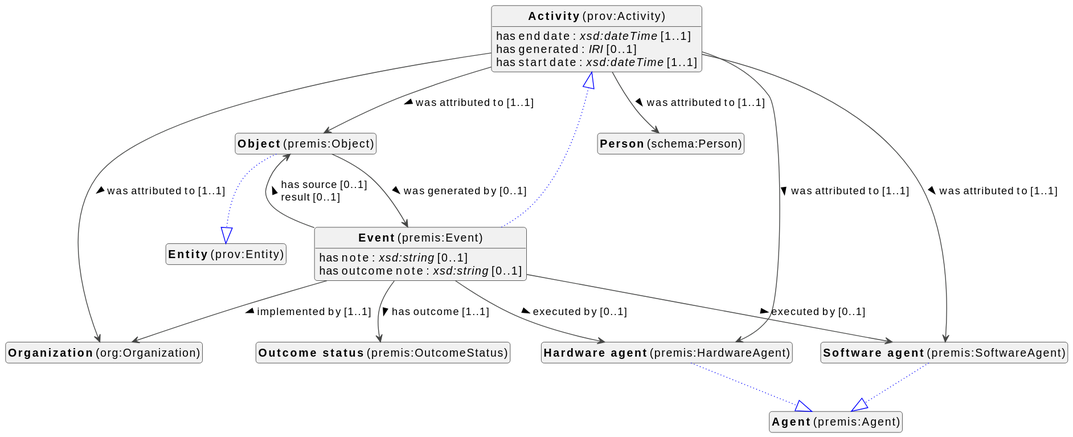
This is docs/metadata/knowledge-graph/0.0.1/events/en/events-diagram.svg from viaacode/documentation-jekyll, a PlantUML export, as it was before one commit.
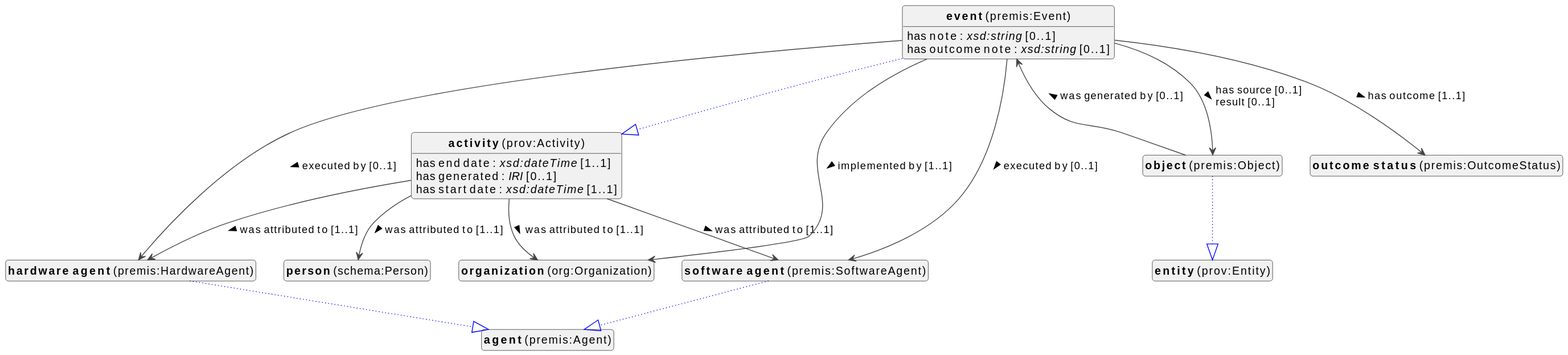
Later version of the same file.

Diff of the diagram source:
```diff
@@ -10,22 +10,18 @@
 top to bottom direction
 
 
-class "<b>Organization</b> (org:Organization)" as org_Organization [[../../organization/en#org%3AOrganization]]
-class "<b>Person</b> (schema:Person)" as schema_Person [[../../organization/en#schema%3APerson]]
-class "<b>Activity</b> (prov:Activity)" as prov_Activity [[#prov%3AActivity]]
-class "<b>Event</b> (premis:Event)" as premis_Event [[#premis%3AEvent]]
-class "<b>Activity</b> (prov:Activity)" as prov_Activity [[#prov%3AActivity]]
-class "<b>Hardware agent</b> (premis:HardwareAgent)" as premis_HardwareAgent [[#premis%3AHardwareAgent]]
-class "<b>Agent</b> (premis:Agent)" as premis_Agent [[#premis%3AAgent]]
-class "<b>Object</b> (premis:Object)" as premis_Object [[#premis%3AObject]]
-class "<b>Entity</b> (prov:Entity)" as prov_Entity [[#prov%3AEntity]]
-class "<b>Outcome status</b> (premis:OutcomeStatus)" as premis_OutcomeStatus [[#premis%3AOutcomeStatus]]
-class "<b>Software agent</b> (premis:SoftwareAgent)" as premis_SoftwareAgent [[#premis%3ASoftwareAgent]]
-class "<b>Agent</b> (premis:Agent)" as premis_Agent [[#premis%3AAgent]]
-
-
-
-
+class "<b>activity</b> (prov:Activity)" as prov_Activity [[#prov%3AActivity]]
+class "<b>event</b> (premis:Event)" as premis_Event [[#premis%3AEvent]]
+class "<b>activity</b> (prov:Activity)" as prov_Activity [[#prov%3AActivity]]
+class "<b>hardware agent</b> (premis:HardwareAgent)" as premis_HardwareAgent [[#premis%3AHardwareAgent]]
+class "<b>agent</b> (premis:Agent)" as premis_Agent [[#premis%3AAgent]]
+class "<b>object</b> (premis:Object)" as premis_Object [[#premis%3AObject]]
+class "<b>entity</b> (prov:Entity)" as prov_Entity [[#prov%3AEntity]]
+class "<b>organization</b> (org:Organization)" as org_Organization [[../../organization/en#org%3AOrganization]]
+class "<b>outcome status</b> (premis:OutcomeStatus)" as premis_OutcomeStatus [[#premis%3AOutcomeStatus]]
+class "<b>person</b> (schema:Person)" as schema_Person [[../../organization/en#schema%3APerson]]
+class "<b>software agent</b> (premis:SoftwareAgent)" as premis_SoftwareAgent [[#premis%3ASoftwareAgent]]
+class "<b>agent</b> (premis:Agent)" as premis_Agent [[#premis%3AAgent]]
 
 
 prov_Activity : has end date : <i>xsd:dateTime</i> [1..1]
@@ -34,7 +30,6 @@
 
 prov_Activity --> org_Organization :was attributed to [1..1]  >
 prov_Activity --> premis_HardwareAgent :was attributed to [1..1]  >
-prov_Activity --> premis_Object :was attributed to [1..1]  >
 prov_Activity --> premis_SoftwareAgent :was attributed to [1..1]  >
 prov_Activity --> schema_Person :was attributed to [1..1]  >
 
@@ -59,6 +54,10 @@
 
 
 
+
+
+
+
 premis_SoftwareAgent --|> premis_Agent #blue;line.dotted;text:blue
 
 
```
